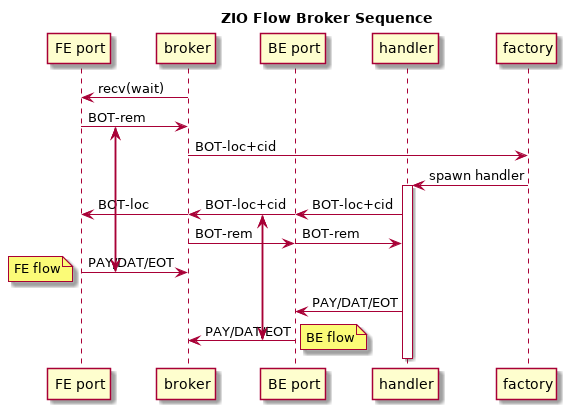
Before: docs/flow-broker.png, a diagram exported from PlantUML (brettviren/zio).
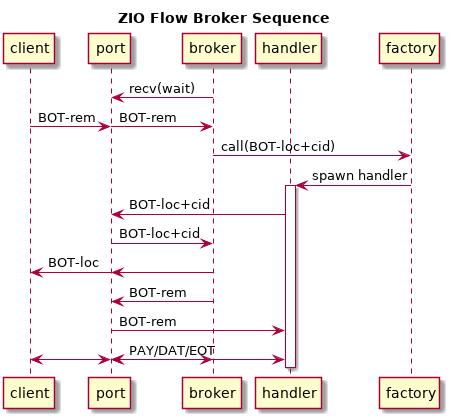
The same file after the commit.

What changed in the source:
```diff
@@ -2,40 +2,29 @@
 !pragma teoz true
 
 title ZIO Flow Broker Sequence
-participant "FE port" as feport
+participant "client" as client
+participant "port" as feport
 participant "broker" as broker
-participant "BE port" as beport
 participant "handler" as app
 participant "factory" as factory
 
 broker -> feport : recv(wait)
-
-{festart} feport -> broker : BOT-rem
-broker -> factory : BOT-loc+cid
+client -> feport : BOT-rem
+& feport -> broker : BOT-rem
+broker -> factory : call(BOT-loc+cid)
 factory -> app : spawn handler
 activate app
-        {bestart} app -> beport : BOT-loc+cid
-        & beport -> broker : BOT-loc+cid
-        & broker -> feport : BOT-loc
+        app -> feport : BOT-loc+cid
+        feport -> broker : BOT-loc+cid
+        broker -> feport
+        & feport -> client : BOT-loc
+        broker -> feport : BOT-rem
+        feport -> app  : BOT-rem
 
-        broker -> beport : BOT-rem
-        & beport -> app  : BOT-rem
-
-        {feend} feport -> broker : PAY/DAT/EOT
-        note left
-                FE flow
-        end note
-
-        app -> beport : PAY/DAT/EOT
-        {beend} beport -> broker : PAY/DAT/EOT
-        note right
-                BE flow
-        end note
+        client <-> feport
+        & feport <-> app : PAY/DAT/EOT
+        & broker <-> feport
 
 deactivate app
 
-{bestart} <-> {beend}
-
-{festart} <-> {feend}
-
 @enduml
```
